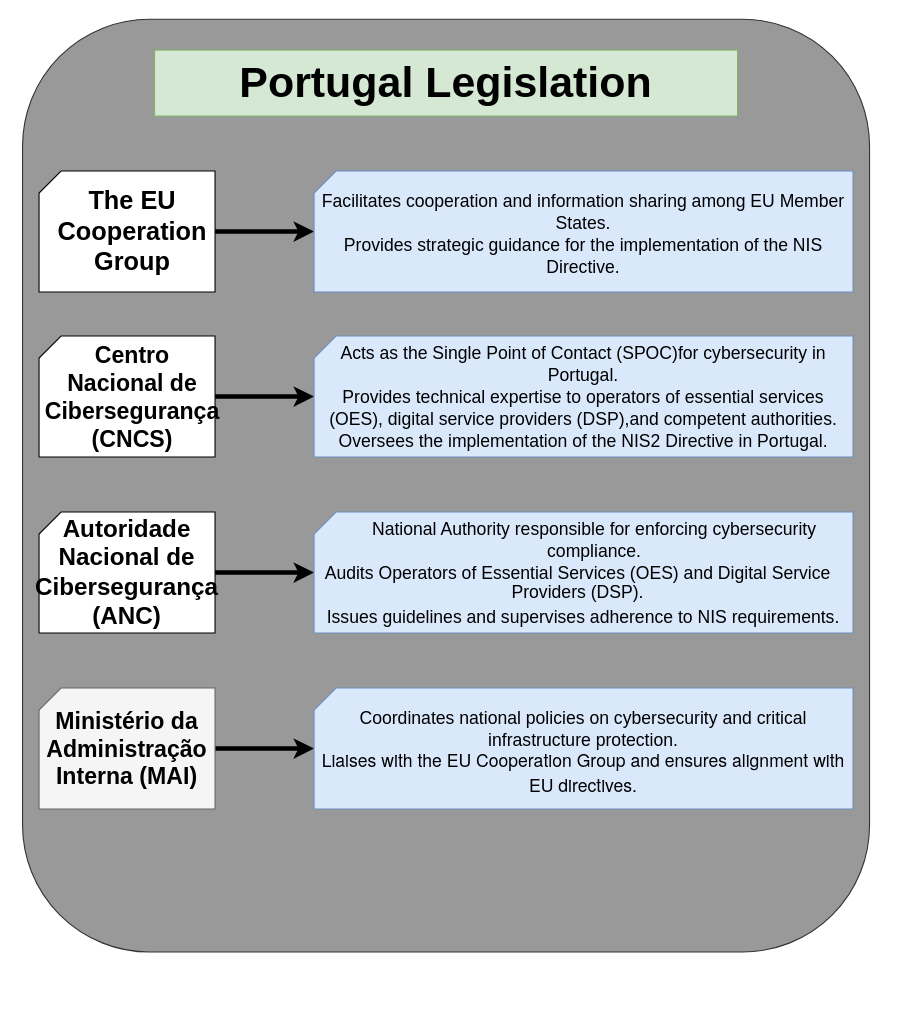
This is page "Page-3" (3 of 4) of symposiofiles.drawio from EduardoJunqueira2004/Draw.ioFiles, a draw.io file, before an edit. Source tidied: cells renumbered, new cells numbered last; positions are measured from the earlier drawing's top-left corner, leaving out a move shared by most shapes. Both pictures are drawn from the tidied source at 110%, with x=0, y=0 at pixel (22, 19).
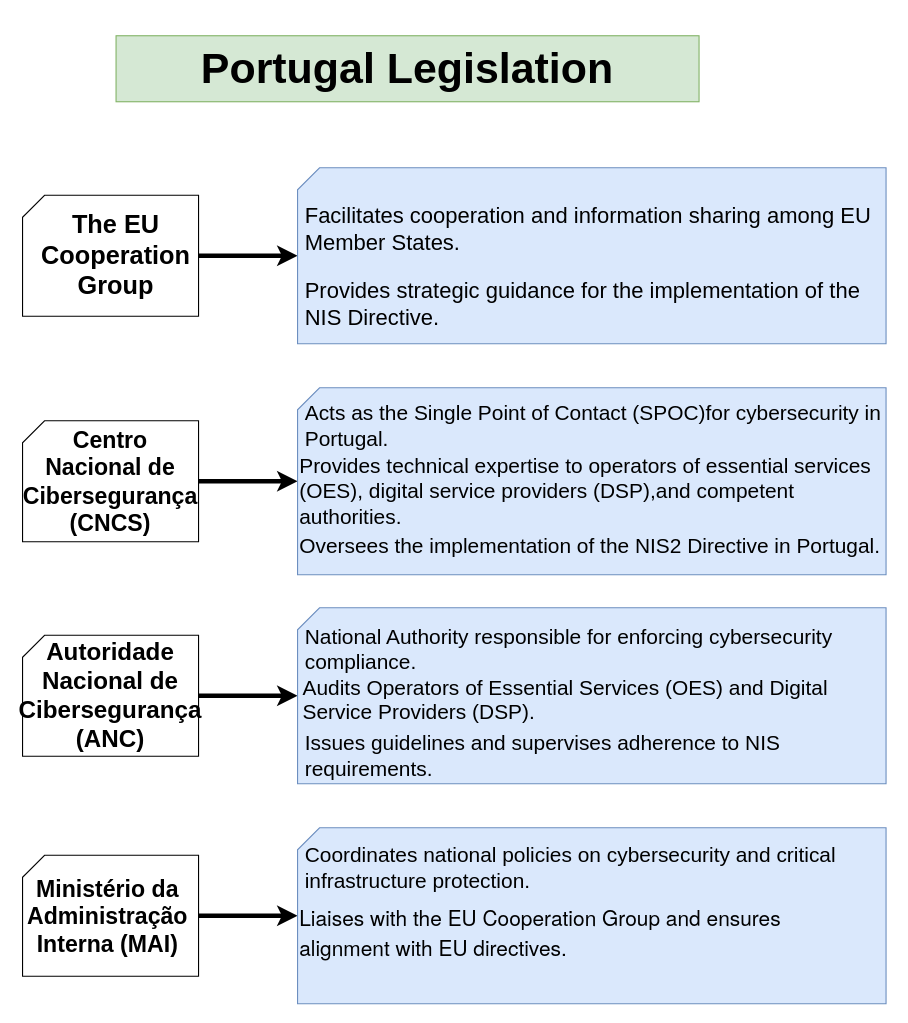
After the change.

Change to the diagram source:
```diff
@@
-    <mxCell id="2" style="rounded=1;whiteSpace=wrap;html=1;fillColor=#999999;fontColor=#333333;strokeColor=#333333;labelBackgroundColor=default;" parent="1" vertex="1">
-      <mxGeometry width="770" height="848" as="geometry" />
-    </mxCell>
     <mxCell id="3" value="&lt;span style=&quot;caret-color: rgb(0, 0, 0); text-align: start;&quot;&gt;&lt;b style=&quot;&quot;&gt;&lt;font face=&quot;Helvetica&quot; style=&quot;font-size: 39px;&quot;&gt;Portugal Legislation&lt;/font&gt;&lt;/b&gt;&lt;/span&gt;" style="rounded=0;whiteSpace=wrap;html=1;fillColor=#d5e8d4;strokeColor=#82b366;" parent="1" vertex="1">
-      <mxGeometry x="120" y="28" width="530" height="60" as="geometry" />
+      <mxGeometry x="85" y="15" width="530" height="60" as="geometry" />
     </mxCell>
@@
     <mxCell id="5" style="verticalLabelPosition=bottom;verticalAlign=top;html=1;shape=card;whiteSpace=wrap;size=20;arcSize=12;" parent="1" vertex="1">
-      <mxGeometry x="15" y="138" width="160" height="110" as="geometry" />
+      <mxGeometry y="160" width="160" height="110" as="geometry" />
     </mxCell>
     <mxCell id="6" style="verticalLabelPosition=bottom;verticalAlign=top;html=1;shape=card;whiteSpace=wrap;size=20;arcSize=12;fillColor=#dae8fc;strokeColor=#6c8ebf;" parent="1" vertex="1">
-      <mxGeometry x="265" y="138" width="490" height="110" as="geometry" />
+      <mxGeometry x="250" y="135" width="535" height="160" as="geometry" />
     </mxCell>
@@
     <mxCell id="8" style="verticalLabelPosition=bottom;verticalAlign=top;html=1;shape=card;whiteSpace=wrap;size=20;arcSize=12;" parent="1" vertex="1">
-      <mxGeometry x="15" y="288" width="160" height="110" as="geometry" />
+      <mxGeometry y="365" width="160" height="110" as="geometry" />
     </mxCell>
     <mxCell id="9" style="verticalLabelPosition=bottom;verticalAlign=top;html=1;shape=card;whiteSpace=wrap;size=20;arcSize=12;fillColor=#dae8fc;strokeColor=#6c8ebf;" parent="1" vertex="1">
-      <mxGeometry x="265" y="288" width="490" height="110" as="geometry" />
+      <mxGeometry x="250" y="335" width="535" height="170" as="geometry" />
     </mxCell>
@@
     <mxCell id="11" style="verticalLabelPosition=bottom;verticalAlign=top;html=1;shape=card;whiteSpace=wrap;size=20;arcSize=12;" parent="1" vertex="1">
-      <mxGeometry x="15" y="448" width="160" height="110" as="geometry" />
+      <mxGeometry y="560" width="160" height="110" as="geometry" />
     </mxCell>
     <mxCell id="12" style="verticalLabelPosition=bottom;verticalAlign=top;html=1;shape=card;whiteSpace=wrap;size=20;arcSize=12;fillColor=#dae8fc;strokeColor=#6c8ebf;" parent="1" vertex="1">
-      <mxGeometry x="265" y="448" width="490" height="110" as="geometry" />
+      <mxGeometry x="250" y="535" width="535" height="160" as="geometry" />
     </mxCell>
@@
-    <mxCell id="14" style="verticalLabelPosition=bottom;verticalAlign=top;html=1;shape=card;whiteSpace=wrap;size=20;arcSize=12;fillColor=#f5f5f5;fontColor=#333333;strokeColor=#666666;" parent="1" vertex="1">
-      <mxGeometry x="15" y="608" width="160" height="110" as="geometry" />
+    <mxCell id="14" style="verticalLabelPosition=bottom;verticalAlign=top;html=1;shape=card;whiteSpace=wrap;size=20;arcSize=12;" parent="1" vertex="1">
+      <mxGeometry y="760" width="160" height="110" as="geometry" />
     </mxCell>
     <mxCell id="15" style="verticalLabelPosition=bottom;verticalAlign=top;html=1;shape=card;whiteSpace=wrap;size=20;arcSize=12;fillColor=#dae8fc;strokeColor=#6c8ebf;" parent="1" vertex="1">
-      <mxGeometry x="265" y="608" width="490" height="110" as="geometry" />
+      <mxGeometry x="250" y="735" width="535" height="160" as="geometry" />
     </mxCell>
     <mxCell id="16" value="&lt;div style=&quot;&quot;&gt;&lt;b style=&quot;caret-color: rgb(0, 0, 0); background-color: transparent; color: light-dark(rgb(0, 0, 0), rgb(255, 255, 255));&quot;&gt;&lt;font style=&quot;font-size: 23px;&quot; face=&quot;Helvetica&quot;&gt;The EU Cooperation Group&lt;/font&gt;&lt;/b&gt;&lt;/div&gt;" style="text;html=1;align=center;verticalAlign=middle;whiteSpace=wrap;rounded=0;" parent="1" vertex="1">
-      <mxGeometry x="60" y="178" width="80" height="30" as="geometry" />
+      <mxGeometry x="45" y="200" width="80" height="30" as="geometry" />
     </mxCell>
     <mxCell id="17" value="&lt;div style=&quot;&quot;&gt;&lt;span style=&quot;caret-color: rgb(0, 0, 0); text-align: start;&quot;&gt;&lt;font style=&quot;font-size: 21px;&quot; face=&quot;Helvetica&quot;&gt;&lt;b style=&quot;&quot;&gt;Centro Nacional de Cibersegurança (CNCS)&lt;/b&gt;&lt;/font&gt;&lt;/span&gt;&lt;/div&gt;" style="text;html=1;align=center;verticalAlign=middle;whiteSpace=wrap;rounded=0;rotation=0;" parent="1" vertex="1">
-      <mxGeometry x="60" y="328" width="80" height="30" as="geometry" />
+      <mxGeometry x="40" y="405" width="80" height="30" as="geometry" />
     </mxCell>
     <mxCell id="18" value="&lt;div style=&quot;&quot;&gt;&lt;span style=&quot;caret-color: rgb(0, 0, 0); text-align: start;&quot;&gt;&lt;b style=&quot;&quot;&gt;&lt;font style=&quot;font-size: 22px;&quot; face=&quot;Helvetica&quot;&gt;Autoridade Nacional de Cibersegurança (ANC)&lt;/font&gt;&lt;/b&gt;&lt;/span&gt;&lt;/div&gt;" style="text;html=1;align=center;verticalAlign=middle;whiteSpace=wrap;rounded=0;" parent="1" vertex="1">
-      <mxGeometry x="55" y="488" width="80" height="30" as="geometry" />
+      <mxGeometry x="40" y="600" width="80" height="30" as="geometry" />
     </mxCell>
     <mxCell id="19" value="&lt;div style=&quot;&quot;&gt;&lt;span style=&quot;caret-color: rgb(0, 0, 0); text-align: start;&quot;&gt;&lt;b style=&quot;&quot;&gt;&lt;font style=&quot;font-size: 21px;&quot; face=&quot;Helvetica&quot;&gt;Ministério da Administração Interna (MAI)&lt;/font&gt;&lt;/b&gt;&lt;/span&gt;&lt;/div&gt;" style="text;html=1;align=center;verticalAlign=middle;whiteSpace=wrap;rounded=0;" parent="1" vertex="1">
-      <mxGeometry x="55" y="648" width="80" height="30" as="geometry" />
+      <mxGeometry x="40" y="800" width="75" height="30" as="geometry" />
     </mxCell>
-    <mxCell id="20" value="&lt;span style=&quot;caret-color: rgb(0, 0, 0); font-size: medium;&quot;&gt;&lt;font face=&quot;Helvetica&quot;&gt;Facilitates cooperation and information sharing among EU Member States.&lt;/font&gt;&lt;/span&gt;" style="text;html=1;align=center;verticalAlign=middle;whiteSpace=wrap;rounded=0;" parent="1" vertex="1">
-      <mxGeometry x="270" y="160" width="480" height="30" as="geometry" />
+    <mxCell id="20" value="&lt;span style=&quot;caret-color: rgb(0, 0, 0);&quot;&gt;&lt;font style=&quot;font-size: 20px;&quot; face=&quot;Helvetica&quot;&gt;Facilitates cooperation and information sharing among EU Member States.&lt;/font&gt;&lt;/span&gt;" style="text;html=1;align=left;verticalAlign=middle;whiteSpace=wrap;rounded=0;" parent="1" vertex="1">
+      <mxGeometry x="255" y="175" width="520" height="30" as="geometry" />
     </mxCell>
-    <mxCell id="21" value="&lt;span style=&quot;caret-color: rgb(0, 0, 0); font-size: medium; text-align: start;&quot;&gt;&lt;font face=&quot;Helvetica&quot;&gt;Provides strategic guidance for the implementation of the NIS Directive.&lt;/font&gt;&lt;/span&gt;" style="text;html=1;align=center;verticalAlign=middle;whiteSpace=wrap;rounded=0;" parent="1" vertex="1">
-      <mxGeometry x="270" y="200" width="480" height="30" as="geometry" />
+    <mxCell id="21" value="&lt;span style=&quot;caret-color: rgb(0, 0, 0);&quot;&gt;&lt;font style=&quot;font-size: 20px;&quot; face=&quot;Helvetica&quot;&gt;Provides strategic guidance for the implementation of the NIS Directive.&lt;/font&gt;&lt;/span&gt;" style="text;html=1;align=left;verticalAlign=middle;whiteSpace=wrap;rounded=0;" parent="1" vertex="1">
+      <mxGeometry x="255" y="243" width="530" height="30" as="geometry" />
     </mxCell>
-    <mxCell id="22" value="&lt;font face=&quot;Helvetica&quot;&gt;&lt;span style=&quot;caret-color: rgb(0, 0, 0); font-size: medium; text-align: start;&quot;&gt;Acts as the&amp;nbsp;&lt;/span&gt;&lt;span style=&quot;caret-color: rgb(0, 0, 0); font-size: medium; text-align: start;&quot;&gt;&lt;span style=&quot;&quot; class=&quot;Apple-converted-space&quot;&gt;Single Point of Contact (SPOC)&lt;/span&gt;for cybersecurity in Portugal.&lt;/span&gt;&lt;/font&gt;" style="text;html=1;align=center;verticalAlign=middle;whiteSpace=wrap;rounded=0;" parent="1" vertex="1">
-      <mxGeometry x="270" y="298" width="480" height="30" as="geometry" />
+    <mxCell id="22" value="&lt;font style=&quot;font-size: 19px;&quot; face=&quot;Helvetica&quot;&gt;&lt;span style=&quot;caret-color: rgb(0, 0, 0);&quot;&gt;Acts as the&amp;nbsp;&lt;/span&gt;&lt;span style=&quot;caret-color: rgb(0, 0, 0);&quot;&gt;&lt;span style=&quot;&quot; class=&quot;Apple-converted-space&quot;&gt;Single Point of Contact (SPOC)&lt;/span&gt;for cybersecurity in Portugal.&lt;/span&gt;&lt;/font&gt;" style="text;html=1;align=left;verticalAlign=middle;whiteSpace=wrap;rounded=0;" parent="1" vertex="1">
+      <mxGeometry x="255" y="355" width="530" height="30" as="geometry" />
     </mxCell>
-    <mxCell id="23" value="&lt;font face=&quot;Helvetica&quot;&gt;&lt;span style=&quot;caret-color: rgb(0, 0, 0); font-size: medium; text-align: start;&quot;&gt;Provides technical expertise to operators of essential services (OES), digital service providers (DSP),and competent authorities&lt;/span&gt;&lt;span style=&quot;caret-color: rgb(0, 0, 0); font-size: medium; text-align: start;&quot;&gt;.&lt;/span&gt;&lt;/font&gt;" style="text;html=1;align=center;verticalAlign=middle;whiteSpace=wrap;rounded=0;" parent="1" vertex="1">
-      <mxGeometry x="270" y="338" width="480" height="30" as="geometry" />
+    <mxCell id="23" value="&lt;font style=&quot;font-size: 19px;&quot; face=&quot;Helvetica&quot;&gt;&lt;span style=&quot;caret-color: rgb(0, 0, 0);&quot;&gt;Provides technical expertise to operators of essential services (OES), digital service providers (DSP),and competent authorities&lt;/span&gt;&lt;span style=&quot;caret-color: rgb(0, 0, 0);&quot;&gt;.&lt;/span&gt;&lt;/font&gt;" style="text;html=1;align=left;verticalAlign=middle;whiteSpace=wrap;rounded=0;" parent="1" vertex="1">
+      <mxGeometry x="250" y="415" width="530" height="30" as="geometry" />
     </mxCell>
-    <mxCell id="24" value="&lt;span style=&quot;caret-color: rgb(0, 0, 0); font-size: medium; text-align: start;&quot;&gt;&lt;font face=&quot;Helvetica&quot;&gt;Oversees the implementation of the NIS2 Directive in Portugal.&lt;/font&gt;&lt;/span&gt;" style="text;html=1;align=center;verticalAlign=middle;whiteSpace=wrap;rounded=0;" parent="1" vertex="1">
-      <mxGeometry x="270" y="368" width="480" height="30" as="geometry" />
+    <mxCell id="24" value="&lt;span style=&quot;caret-color: rgb(0, 0, 0);&quot;&gt;&lt;font style=&quot;font-size: 19px;&quot; face=&quot;Helvetica&quot;&gt;Oversees the implementation of the NIS2 Directive in Portugal.&lt;/font&gt;&lt;/span&gt;" style="text;html=1;align=left;verticalAlign=middle;whiteSpace=wrap;rounded=0;" parent="1" vertex="1">
+      <mxGeometry x="250" y="465" width="535" height="30" as="geometry" />
     </mxCell>
-    <mxCell id="25" value="&lt;span style=&quot;caret-color: rgb(0, 0, 0); font-size: medium; text-align: start;&quot;&gt;National Authority responsible for enforcing cybersecurity compliance.&lt;/span&gt;" style="text;html=1;align=center;verticalAlign=middle;whiteSpace=wrap;rounded=0;" parent="1" vertex="1">
-      <mxGeometry x="290" y="460" width="460" height="25" as="geometry" />
+    <mxCell id="25" value="&lt;span style=&quot;caret-color: rgb(0, 0, 0);&quot;&gt;&lt;font style=&quot;font-size: 19px;&quot;&gt;National Authority responsible for enforcing cybersecurity compliance.&lt;/font&gt;&lt;/span&gt;" style="text;html=1;align=left;verticalAlign=middle;whiteSpace=wrap;rounded=0;" parent="1" vertex="1">
+      <mxGeometry x="255" y="560" width="500" height="25" as="geometry" />
     </mxCell>
-    <mxCell id="26" value="&lt;p style=&quot;margin: 0px 0px 1px; font-variant-numeric: normal; font-variant-east-asian: normal; font-variant-alternates: normal; font-size-adjust: none; font-kerning: auto; font-optical-sizing: auto; font-feature-settings: normal; font-variation-settings: normal; font-variant-position: normal; font-variant-emoji: normal; font-stretch: normal; line-height: normal;&quot; class=&quot;p1&quot;&gt;&lt;font face=&quot;Helvetica&quot; style=&quot;font-size: 16px;&quot;&gt;Audits Operators of Essential Services (OES) and Digital Service Providers (DSP).&lt;/font&gt;&lt;/p&gt;" style="text;html=1;align=center;verticalAlign=middle;whiteSpace=wrap;rounded=0;" parent="1" vertex="1">
-      <mxGeometry x="265" y="498" width="480" height="30" as="geometry" />
+    <mxCell id="26" value="&lt;p style=&quot;margin: 0px 0px 1px; font-variant-numeric: normal; font-variant-east-asian: normal; font-variant-alternates: normal; font-size-adjust: none; font-kerning: auto; font-optical-sizing: auto; font-feature-settings: normal; font-variation-settings: normal; font-variant-position: normal; font-variant-emoji: normal; font-stretch: normal; line-height: normal;&quot; class=&quot;p1&quot;&gt;&lt;font face=&quot;Helvetica&quot; style=&quot;font-size: 19px;&quot;&gt;Audits Operators of Essential Services (OES) and Digital Service Providers (DSP).&lt;/font&gt;&lt;/p&gt;" style="text;html=1;align=left;verticalAlign=middle;whiteSpace=wrap;rounded=0;" parent="1" vertex="1">
+      <mxGeometry x="252.5" y="605" width="535" height="30" as="geometry" />
     </mxCell>
-    <mxCell id="27" value="&lt;span style=&quot;caret-color: rgb(0, 0, 0); font-size: medium; text-align: start;&quot;&gt;&lt;font face=&quot;Helvetica&quot;&gt;Issues guidelines and supervises adherence to NIS requirements.&lt;/font&gt;&lt;/span&gt;" style="text;html=1;align=center;verticalAlign=middle;whiteSpace=wrap;rounded=0;" parent="1" vertex="1">
-      <mxGeometry x="270" y="528" width="480" height="30" as="geometry" />
+    <mxCell id="27" value="&lt;span style=&quot;caret-color: rgb(0, 0, 0);&quot;&gt;&lt;font style=&quot;font-size: 19px;&quot; face=&quot;Helvetica&quot;&gt;Issues guidelines and supervises adherence to NIS requirements.&lt;/font&gt;&lt;/span&gt;" style="text;html=1;align=left;verticalAlign=middle;whiteSpace=wrap;rounded=0;" parent="1" vertex="1">
+      <mxGeometry x="255" y="655" width="480" height="30" as="geometry" />
     </mxCell>
-    <mxCell id="28" value="&lt;span style=&quot;caret-color: rgb(0, 0, 0); font-size: medium; text-align: start;&quot;&gt;Coordinates national policies on cybersecurity and critical infrastructure protection.&lt;/span&gt;" style="text;html=1;align=center;verticalAlign=middle;whiteSpace=wrap;rounded=0;" parent="1" vertex="1">
-      <mxGeometry x="270" y="630" width="480" height="30" as="geometry" />
+    <mxCell id="28" value="&lt;span style=&quot;caret-color: rgb(0, 0, 0);&quot;&gt;&lt;font style=&quot;font-size: 19px;&quot;&gt;Coordinates national policies on cybersecurity and critical infrastructure protection.&lt;/font&gt;&lt;/span&gt;" style="text;html=1;align=left;verticalAlign=middle;whiteSpace=wrap;rounded=0;" parent="1" vertex="1">
+      <mxGeometry x="255" y="757" width="520" height="30" as="geometry" />
     </mxCell>
-    <mxCell id="29" value="&lt;p style=&quot;margin: 0px 0px 1px; font-variant-numeric: normal; font-variant-east-asian: normal; font-variant-alternates: normal; font-size-adjust: none; font-kerning: auto; font-optical-sizing: auto; font-feature-settings: normal; font-variation-settings: normal; font-variant-position: normal; font-variant-emoji: normal; font-stretch: normal; line-height: normal; font-family: &amp;quot;Helvetica Neue&amp;quot;;&quot; class=&quot;p1&quot;&gt;&lt;font style=&quot;font-size: 16px;&quot;&gt;Liaises with the EU Cooperation Group and ensures alignment with EU directives.&lt;/font&gt;&lt;/p&gt;" style="text;html=1;align=center;verticalAlign=middle;whiteSpace=wrap;rounded=0;" parent="1" vertex="1">
-      <mxGeometry x="270" y="670" width="480" height="30" as="geometry" />
+    <mxCell id="29" value="&lt;p style=&quot;margin: 0px 0px 1px; font-variant-numeric: normal; font-variant-east-asian: normal; font-variant-alternates: normal; font-size-adjust: none; font-kerning: auto; font-optical-sizing: auto; font-feature-settings: normal; font-variation-settings: normal; font-variant-position: normal; font-variant-emoji: normal; font-stretch: normal; line-height: normal; font-family: &amp;quot;Helvetica Neue&amp;quot;;&quot; class=&quot;p1&quot;&gt;&lt;font style=&quot;font-size: 19px;&quot;&gt;Liaises with the EU Cooperation Group and ensures alignment with EU directives.&lt;/font&gt;&lt;/p&gt;" style="text;html=1;align=left;verticalAlign=middle;whiteSpace=wrap;rounded=0;" parent="1" vertex="1">
+      <mxGeometry x="250" y="815" width="525" height="30" as="geometry" />
     </mxCell>
```
